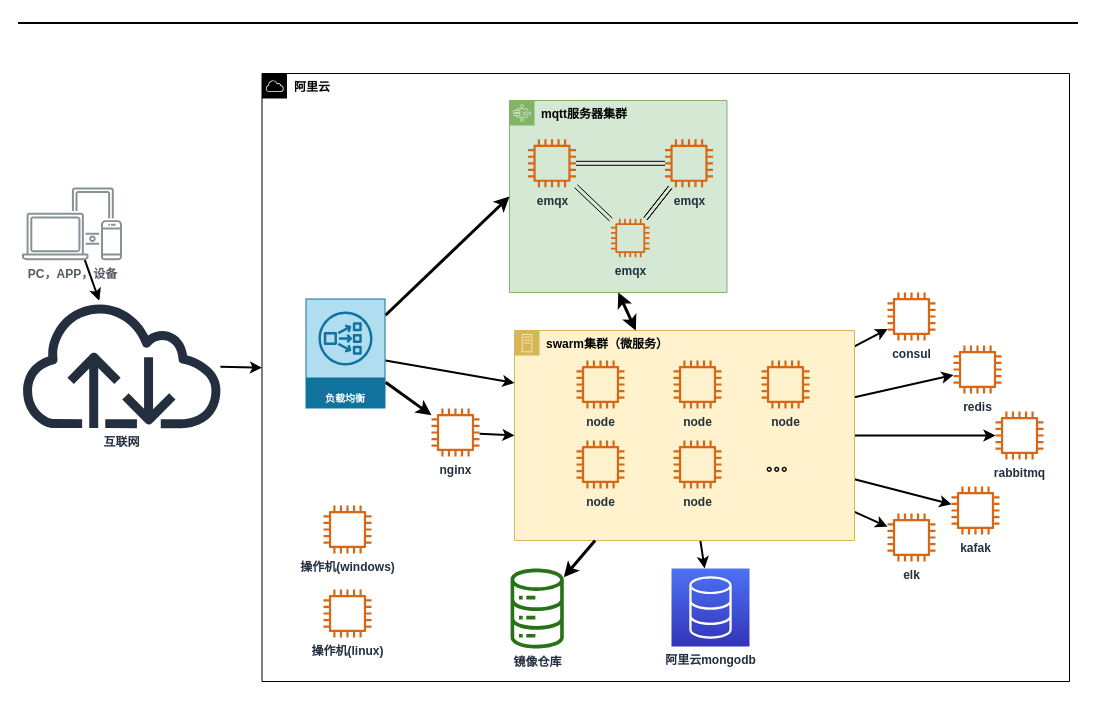
Before: cloud.drawio in jimmy0/chart, a draw.io diagram. Source tidied: cells renumbered, new cells numbered last; positions are measured from the earlier drawing's top-left corner, leaving out a move shared by most shapes. Both pictures are drawn from the tidied source at 100%, with x=0, y=0 at pixel (17, 18).
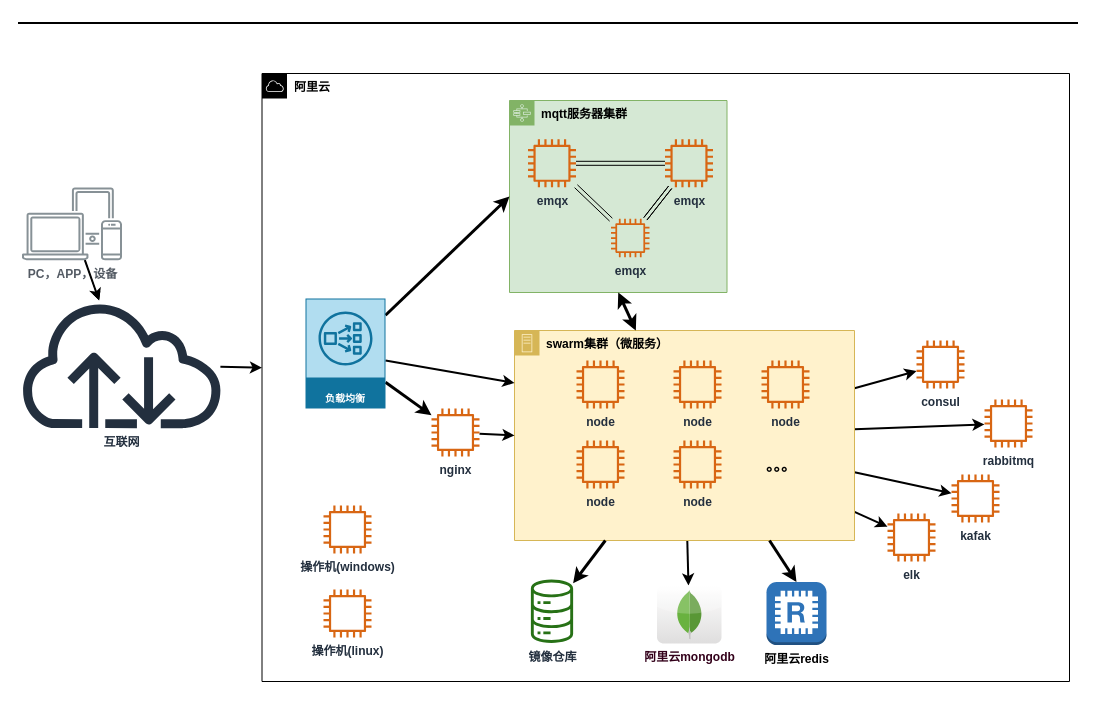
Above is the later version.

Unchanged cells that the change refers to:
```xml
<mxCell id="10" value="swarm集群（微服务）" style="points=[[0,0],[0.25,0],[0.5,0],[0.75,0],[1,0],[1,0.25],[1,0.5],[1,0.75],[1,1],[0.75,1],[0.5,1],[0.25,1],[0,1],[0,0.75],[0,0.5],[0,0.25]];outlineConnect=0;html=1;whiteSpace=wrap;fontSize=12;fontStyle=1;shape=mxgraph.aws4.group;grIcon=mxgraph.aws4.group_on_premise;strokeColor=#d6b656;fillColor=#fff2cc;verticalAlign=top;align=left;spacingLeft=30;dashed=0;" parent="1" vertex="1">
  <mxGeometry x="497" y="312" width="340" height="210" as="geometry" />
</mxCell>
```

What changed in the source:
```diff
@@
-    <mxCell id="7" style="edgeStyle=none;rounded=0;jettySize=auto;html=1;fontFamily=Tahoma;fontSize=15;fontStyle=1;strokeWidth=2;" parent="1" edge="1" source="10" target="36">
-      <mxGeometry relative="1" as="geometry" />
-    </mxCell>
@@
-    <mxCell id="12" value="阿里云mongodb" style="points=[[0,0,0],[0.25,0,0],[0.5,0,0],[0.75,0,0],[1,0,0],[0,1,0],[0.25,1,0],[0.5,1,0],[0.75,1,0],[1,1,0],[0,0.25,0],[0,0.5,0],[0,0.75,0],[1,0.25,0],[1,0.5,0],[1,0.75,0]];outlineConnect=0;fontColor=#232F3E;gradientColor=#4D72F3;gradientDirection=north;fillColor=#3334B9;strokeColor=#ffffff;dashed=0;verticalLabelPosition=bottom;verticalAlign=top;align=center;html=1;fontSize=12;fontStyle=1;shape=mxgraph.aws4.resourceIcon;resIcon=mxgraph.aws4.database;" parent="1" vertex="1">
-      <mxGeometry x="654" y="550" width="78" height="78" as="geometry" />
-    </mxCell>
@@
     <mxCell id="34" value="镜像仓库" style="outlineConnect=0;fontColor=#232F3E;gradientColor=none;fillColor=#277116;strokeColor=none;dashed=0;verticalLabelPosition=bottom;verticalAlign=top;align=center;html=1;fontSize=12;fontStyle=1;shape=mxgraph.aws4.iot_analytics_data_store;" parent="1" vertex="1">
-      <mxGeometry x="492" y="550" width="55.4" height="80" as="geometry" />
+      <mxGeometry x="512.5" y="561" width="44" height="63.5" as="geometry" />
     </mxCell>
     <mxCell id="35" value="rabbitmq" style="outlineConnect=0;fontColor=#232F3E;gradientColor=none;fillColor=#D86613;strokeColor=none;dashed=0;verticalLabelPosition=bottom;verticalAlign=top;align=center;html=1;fontSize=12;fontStyle=1;shape=mxgraph.aws4.instance2;" parent="1" vertex="1">
-      <mxGeometry x="978" y="393" width="48" height="48" as="geometry" />
+      <mxGeometry x="967" y="381" width="48" height="48" as="geometry" />
     </mxCell>
-    <mxCell id="36" value="redis" style="outlineConnect=0;fontColor=#232F3E;gradientColor=none;fillColor=#D86613;strokeColor=none;dashed=0;verticalLabelPosition=bottom;verticalAlign=top;align=center;html=1;fontSize=12;fontStyle=1;shape=mxgraph.aws4.instance2;" parent="1" vertex="1">
-      <mxGeometry x="936" y="327" width="48" height="48" as="geometry" />
-    </mxCell>
     <mxCell id="37" value="kafak" style="outlineConnect=0;fontColor=#232F3E;gradientColor=none;fillColor=#D86613;strokeColor=none;dashed=0;verticalLabelPosition=bottom;verticalAlign=top;align=center;html=1;fontSize=12;fontStyle=1;shape=mxgraph.aws4.instance2;" parent="1" vertex="1">
-      <mxGeometry x="934" y="468" width="48" height="48" as="geometry" />
+      <mxGeometry x="934" y="456" width="48" height="48" as="geometry" />
     </mxCell>
@@
     <mxCell id="45" value="consul" style="outlineConnect=0;fontColor=#232F3E;gradientColor=none;fillColor=#D86613;strokeColor=none;dashed=0;verticalLabelPosition=bottom;verticalAlign=top;align=center;html=1;fontSize=12;fontStyle=1;shape=mxgraph.aws4.instance2;" parent="1" vertex="1">
-      <mxGeometry x="870" y="274" width="48" height="48" as="geometry" />
+      <mxGeometry x="899" y="321.9" width="48" height="48" as="geometry" />
     </mxCell>
@@
+    <mxCell id="48" value="&lt;font color=&quot;#000000&quot;&gt;阿里云redis&lt;/font&gt;" style="outlineConnect=0;dashed=0;verticalLabelPosition=bottom;verticalAlign=top;align=center;html=1;shape=mxgraph.aws3.redis;fillColor=#2E73B8;gradientColor=none;fontColor=#FFFFFF;fontStyle=1;" parent="1" vertex="1">
+      <mxGeometry x="749" y="563.5" width="60" height="63" as="geometry" />
+    </mxCell>
+    <mxCell id="49" style="rounded=0;jettySize=auto;html=1;fontColor=#212121;fontStyle=1;strokeWidth=3;exitX=0.75;exitY=1;exitDx=0;exitDy=0;entryX=0.5;entryY=0;entryDx=0;entryDy=0;entryPerimeter=0;" parent="1" edge="1" source="10" target="48">
+      <mxGeometry relative="1" as="geometry" />
+    </mxCell>
+    <mxCell id="12" value="阿里云mongodb" style="dashed=0;outlineConnect=0;html=1;align=center;labelPosition=center;verticalLabelPosition=bottom;verticalAlign=top;shape=mxgraph.webicons.mongodb;gradientColor=#DFDEDE;fontColor=#33001A;fontStyle=1;" parent="1" vertex="1">
+      <mxGeometry x="639.5" y="567" width="64.5" height="58" as="geometry" />
+    </mxCell>
```
